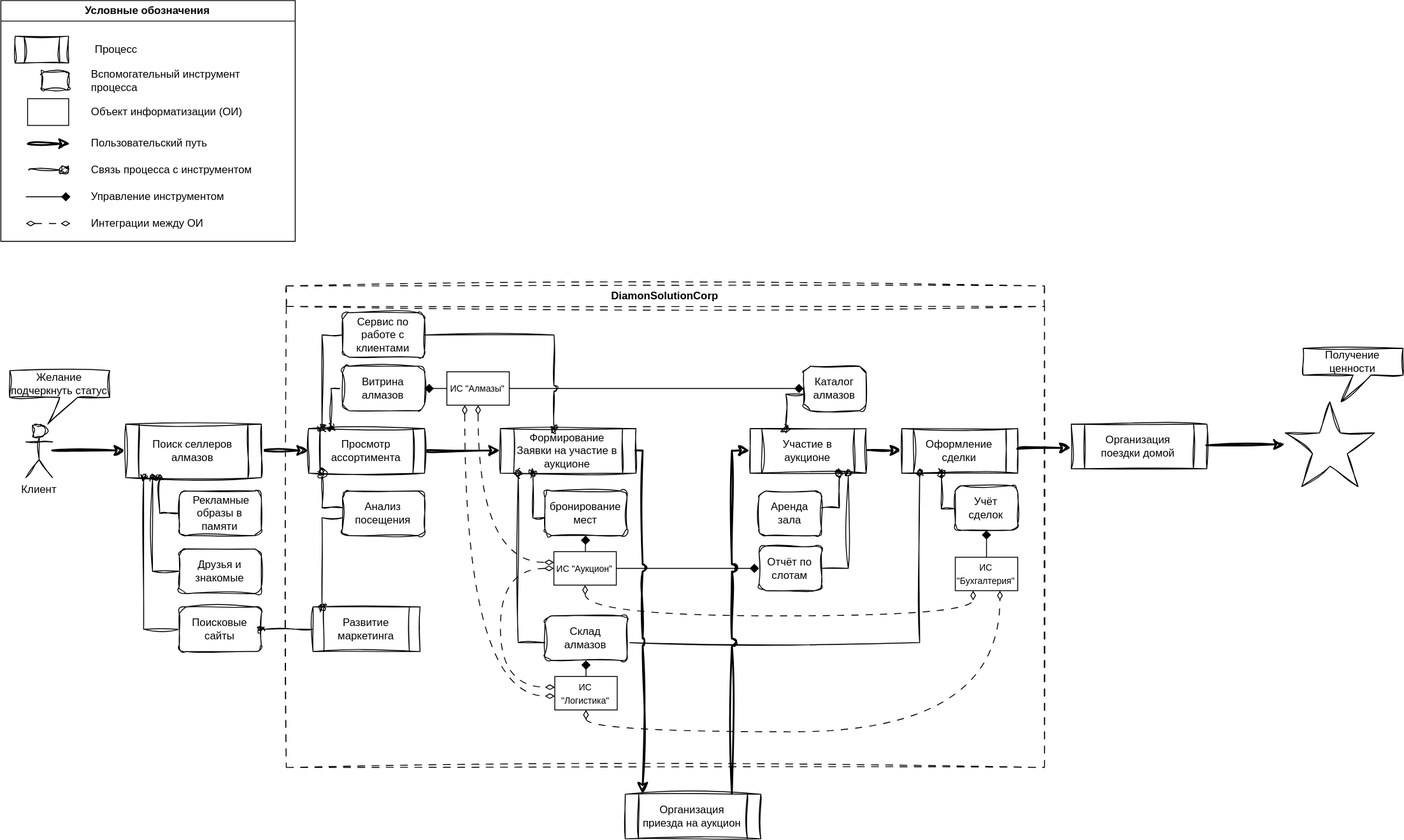
SkySai1/Solution-DiamondUniverse keeps this draw.io diagram as task1/DIamonSolution-AS IS.drawio.svg. Above is the earlier version. Source tidied: cells renumbered, new cells last; positions are measured from the earlier drawing's top-left corner, leaving out a move shared by most shapes.
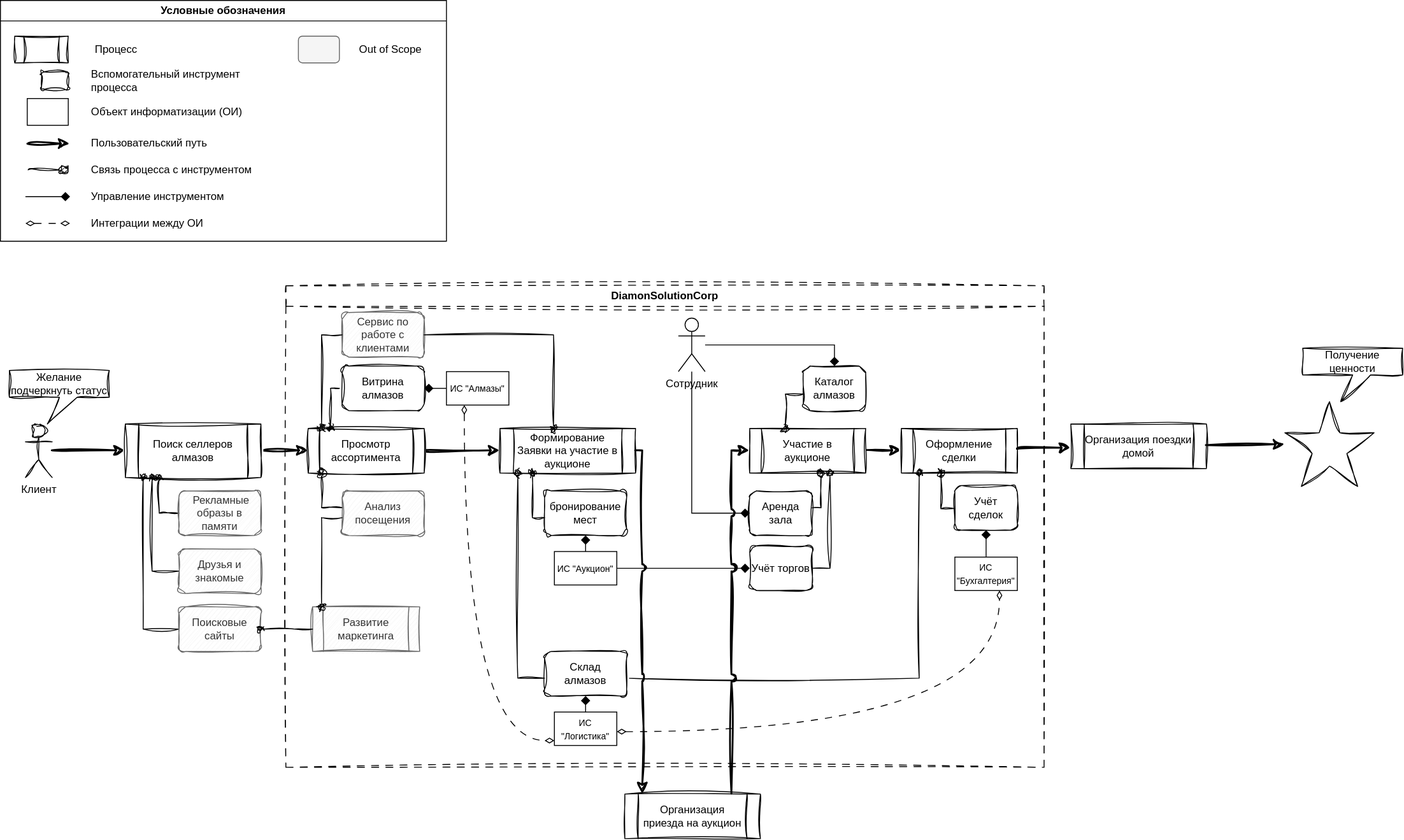
Above is the later version.

Commit message:
обновление схем

What changed in the source:
```diff
@@ -24,7 +24,7 @@
         </Array>
       </mxGeometry>
     </mxCell>
-    <mxCell id="8" value="&amp;nbsp;Рекламные образы в памяти" style="rounded=1;whiteSpace=wrap;html=1;sketch=1;curveFitting=1;jiggle=2;" parent="1" vertex="1">
+    <mxCell id="8" value="&amp;nbsp;Рекламные образы в памяти" style="rounded=1;whiteSpace=wrap;html=1;sketch=1;curveFitting=1;jiggle=2;fillColor=#f5f5f5;fontColor=#333333;strokeColor=#666666;" parent="1" vertex="1">
       <mxGeometry x="200" y="550" width="92" height="50" as="geometry" />
     </mxCell>
     <mxCell id="9" style="edgeStyle=orthogonalEdgeStyle;rounded=0;jettySize=auto;html=1;fontSize=12;startSize=8;endSize=4;endArrow=oval;endFill=1;sketch=1;curveFitting=1;jiggle=2;" parent="1" edge="1" source="10" target="6">
@@ -34,7 +34,7 @@
         </Array>
       </mxGeometry>
     </mxCell>
-    <mxCell id="10" value="Друзья и знакомые" style="rounded=1;whiteSpace=wrap;html=1;sketch=1;curveFitting=1;jiggle=2;gradientColor=none;" parent="1" vertex="1">
+    <mxCell id="10" value="Друзья и знакомые" style="rounded=1;whiteSpace=wrap;html=1;sketch=1;curveFitting=1;jiggle=2;fillColor=#f5f5f5;fontColor=#333333;strokeColor=#666666;" parent="1" vertex="1">
       <mxGeometry x="200" y="615" width="92" height="50" as="geometry" />
     </mxCell>
     <mxCell id="11" style="edgeStyle=orthogonalEdgeStyle;rounded=0;jettySize=auto;html=1;fontSize=12;startSize=8;endSize=4;endArrow=oval;endFill=1;sketch=1;curveFitting=1;jiggle=2;" parent="1" edge="1" source="12" target="6">
@@ -44,13 +44,13 @@
         </Array>
       </mxGeometry>
     </mxCell>
-    <mxCell id="12" value="Поисковые сайты" style="rounded=1;whiteSpace=wrap;html=1;sketch=1;curveFitting=1;jiggle=2;gradientColor=none;" parent="1" vertex="1">
+    <mxCell id="12" value="Поисковые сайты" style="rounded=1;whiteSpace=wrap;html=1;sketch=1;curveFitting=1;jiggle=2;fillColor=#f5f5f5;fontColor=#333333;strokeColor=#666666;" parent="1" vertex="1">
       <mxGeometry x="200" y="680" width="92" height="50" as="geometry" />
     </mxCell>
     <mxCell id="13" value="DiamonSolutionCorp" style="swimlane;whiteSpace=wrap;html=1;sketch=1;curveFitting=1;jiggle=2;swimlaneLine=1;glass=0;dashed=1;dashPattern=8 8;" parent="1" vertex="1">
       <mxGeometry x="320" y="320" width="850" height="540" as="geometry" />
     </mxCell>
-    <mxCell id="14" value="Развитие маркетинга" style="shape=process;whiteSpace=wrap;html=1;backgroundOutline=1;sketch=1;curveFitting=1;jiggle=2;" parent="13" vertex="1">
+    <mxCell id="14" value="Развитие маркетинга" style="shape=process;whiteSpace=wrap;html=1;backgroundOutline=1;sketch=1;curveFitting=1;jiggle=2;fillColor=#f5f5f5;fontColor=#333333;strokeColor=#666666;" parent="13" vertex="1">
       <mxGeometry x="30" y="360" width="120" height="50" as="geometry" />
     </mxCell>
     <mxCell id="15" style="edgeStyle=none;curved=1;rounded=0;jettySize=auto;html=1;fontSize=12;startSize=8;endSize=8;sketch=1;curveFitting=1;jiggle=2;strokeWidth=2;" parent="13" edge="1" source="16" target="28">
@@ -70,7 +70,7 @@
     <mxCell id="18" value="Витрина алмазов" style="rounded=1;whiteSpace=wrap;html=1;sketch=1;curveFitting=1;jiggle=2;" parent="13" vertex="1">
       <mxGeometry x="63" y="90" width="92" height="50" as="geometry" />
     </mxCell>
-    <mxCell id="19" value="Сервис по работе с клиентами" style="rounded=1;whiteSpace=wrap;html=1;sketch=1;curveFitting=1;jiggle=2;" parent="13" vertex="1">
+    <mxCell id="19" value="Сервис по работе с клиентами" style="rounded=1;whiteSpace=wrap;html=1;sketch=1;curveFitting=1;jiggle=2;fillColor=#f5f5f5;fontColor=#333333;strokeColor=#666666;" parent="13" vertex="1">
       <mxGeometry x="63" y="30" width="92" height="50" as="geometry" />
     </mxCell>
     <mxCell id="20" style="edgeStyle=orthogonalEdgeStyle;rounded=0;jettySize=auto;html=1;fontSize=12;startSize=8;endSize=6;endArrow=oval;endFill=1;sketch=1;curveFitting=1;jiggle=2;" parent="13" edge="1" source="19" target="16">
@@ -83,20 +83,17 @@
     <mxCell id="21" style="edgeStyle=none;curved=1;rounded=0;jettySize=auto;html=1;fontSize=12;startSize=8;endSize=8;endArrow=diamond;endFill=1;" parent="13" edge="1" source="24" target="18">
       <mxGeometry relative="1" as="geometry" />
     </mxCell>
-    <mxCell id="22" style="edgeStyle=orthogonalEdgeStyle;rounded=0;jettySize=auto;html=1;fontSize=12;startSize=8;endSize=8;endArrow=diamond;endFill=1;" parent="13" edge="1" source="24" target="50">
-      <mxGeometry relative="1" as="geometry" />
-    </mxCell>
     <mxCell id="23" style="edgeStyle=orthogonalEdgeStyle;curved=1;rounded=0;jettySize=auto;html=1;fontSize=12;startSize=8;endSize=8;dashed=1;dashPattern=8 8;endArrow=diamondThin;endFill=0;startArrow=diamondThin;startFill=0;" parent="13" edge="1" source="24" target="46">
       <mxGeometry relative="1" as="geometry">
         <Array as="points">
-          <mxPoint x="200" y="460" />
+          <mxPoint x="200" y="510" />
         </Array>
       </mxGeometry>
     </mxCell>
     <mxCell id="24" value="&lt;font style=&quot;font-size: 10px;&quot;&gt;ИС &quot;Алмазы&quot;&lt;/font&gt;" style="rounded=0;whiteSpace=wrap;html=1;" parent="13" vertex="1">
       <mxGeometry x="180" y="96.2" width="70" height="37.5" as="geometry" />
     </mxCell>
-    <mxCell id="25" value="Анализ посещения" style="rounded=1;whiteSpace=wrap;html=1;sketch=1;curveFitting=1;jiggle=2;" parent="13" vertex="1">
+    <mxCell id="25" value="Анализ посещения" style="rounded=1;whiteSpace=wrap;html=1;sketch=1;curveFitting=1;jiggle=2;fillColor=#f5f5f5;fontColor=#333333;strokeColor=#666666;" parent="13" vertex="1">
       <mxGeometry x="63" y="230" width="92" height="50" as="geometry" />
     </mxCell>
     <mxCell id="26" style="edgeStyle=orthogonalEdgeStyle;rounded=0;jettySize=auto;html=1;fontSize=12;startSize=8;endSize=6;endArrow=oval;endFill=1;sketch=1;curveFitting=1;jiggle=2;" parent="13" edge="1" source="25" target="16">
@@ -133,7 +130,7 @@
       <mxGeometry relative="1" as="geometry" />
     </mxCell>
     <mxCell id="33" value="&lt;font style=&quot;font-size: 10px;&quot;&gt;ИС &quot;Аукцион&quot;&lt;/font&gt;" style="rounded=0;whiteSpace=wrap;html=1;" parent="13" vertex="1">
-      <mxGeometry x="300" y="298" width="70" height="37.5" as="geometry" />
+      <mxGeometry x="301" y="298" width="70" height="37.5" as="geometry" />
     </mxCell>
     <mxCell id="34" style="edgeStyle=none;curved=1;rounded=0;jettySize=auto;html=1;fontSize=12;startSize=8;endSize=8;sketch=1;curveFitting=1;jiggle=2;strokeWidth=2;" parent="13" edge="1" source="35" target="40">
       <mxGeometry relative="1" as="geometry" />
@@ -142,22 +139,22 @@
       <mxGeometry x="520" y="160" width="130" height="50" as="geometry" />
     </mxCell>
     <mxCell id="36" value="Аренда зала" style="rounded=1;whiteSpace=wrap;html=1;sketch=1;curveFitting=1;jiggle=2;" parent="13" vertex="1">
-      <mxGeometry x="530" y="230" width="70" height="50" as="geometry" />
+      <mxGeometry x="520" y="230" width="70" height="50" as="geometry" />
     </mxCell>
     <mxCell id="37" style="edgeStyle=orthogonalEdgeStyle;rounded=0;jettySize=auto;html=1;fontSize=12;startSize=8;endSize=6;endArrow=oval;endFill=1;sketch=1;curveFitting=1;jiggle=2;" parent="13" edge="1" source="36" target="35">
       <mxGeometry relative="1" as="geometry">
         <Array as="points">
-          <mxPoint x="620" y="249" />
+          <mxPoint x="600" y="249" />
         </Array>
       </mxGeometry>
     </mxCell>
-    <mxCell id="38" value="Отчёт по слотам" style="rounded=1;whiteSpace=wrap;html=1;sketch=1;curveFitting=1;jiggle=2;" parent="13" vertex="1">
-      <mxGeometry x="530" y="291.8" width="70" height="50" as="geometry" />
+    <mxCell id="38" value="Учёт торгов" style="rounded=1;whiteSpace=wrap;html=1;sketch=1;curveFitting=1;jiggle=2;" parent="13" vertex="1">
+      <mxGeometry x="520" y="291.8" width="70" height="50" as="geometry" />
     </mxCell>
     <mxCell id="39" style="edgeStyle=orthogonalEdgeStyle;rounded=0;jettySize=auto;html=1;fontSize=12;startSize=8;endSize=6;endArrow=oval;endFill=1;sketch=1;curveFitting=1;jiggle=2;" parent="13" edge="1" source="38" target="35">
       <mxGeometry relative="1" as="geometry">
         <Array as="points">
-          <mxPoint x="630" y="316.8" />
+          <mxPoint x="610" y="316.8" />
         </Array>
       </mxGeometry>
     </mxCell>
@@ -170,17 +167,17 @@
     <mxCell id="42" style="edgeStyle=orthogonalEdgeStyle;rounded=0;jettySize=auto;html=1;fontSize=12;startSize=8;endSize=6;sketch=1;curveFitting=1;jiggle=2;endArrow=oval;endFill=1;jumpStyle=arc;" parent="13" edge="1" source="43" target="40">
       <mxGeometry relative="1" as="geometry">
         <Array as="points">
-          <mxPoint x="710" y="400" />
+          <mxPoint x="710" y="440" />
         </Array>
       </mxGeometry>
     </mxCell>
     <mxCell id="43" value="Склад &lt;br&gt;алмазов" style="rounded=1;whiteSpace=wrap;html=1;sketch=1;curveFitting=1;jiggle=2;" parent="13" vertex="1">
-      <mxGeometry x="290" y="370" width="92" height="50" as="geometry" />
+      <mxGeometry x="290" y="410" width="92" height="50" as="geometry" />
     </mxCell>
     <mxCell id="44" style="edgeStyle=orthogonalEdgeStyle;rounded=0;jettySize=auto;html=1;fontSize=12;startSize=8;endSize=6;endArrow=oval;endFill=1;sketch=1;curveFitting=1;jiggle=2;" parent="13" edge="1" source="43" target="28">
       <mxGeometry relative="1" as="geometry">
         <Array as="points">
-          <mxPoint x="260" y="400" />
+          <mxPoint x="260" y="440" />
         </Array>
       </mxGeometry>
     </mxCell>
@@ -188,7 +185,7 @@
       <mxGeometry relative="1" as="geometry" />
     </mxCell>
     <mxCell id="46" value="&lt;font style=&quot;font-size: 10px;&quot;&gt;ИС &quot;Логистика&quot;&lt;/font&gt;" style="rounded=0;whiteSpace=wrap;html=1;" parent="13" vertex="1">
-      <mxGeometry x="301" y="438" width="70" height="37.5" as="geometry" />
+      <mxGeometry x="301" y="478" width="70" height="37.5" as="geometry" />
     </mxCell>
     <mxCell id="47" style="edgeStyle=orthogonalEdgeStyle;rounded=0;jettySize=auto;html=1;fontSize=12;startSize=8;endSize=6;endArrow=oval;endFill=1;sketch=1;curveFitting=1;jiggle=2;" parent="13" edge="1" source="41" target="40">
       <mxGeometry relative="1" as="geometry">
@@ -220,22 +217,6 @@
         </Array>
       </mxGeometry>
     </mxCell>
-    <mxCell id="53" style="edgeStyle=orthogonalEdgeStyle;curved=1;rounded=0;jettySize=auto;html=1;fontSize=12;startSize=8;endSize=8;dashed=1;dashPattern=8 8;endArrow=diamondThin;endFill=0;startArrow=diamondThin;startFill=0;" parent="13" edge="1" source="33" target="46">
-      <mxGeometry relative="1" as="geometry">
-        <Array as="points">
-          <mxPoint x="240" y="316.8" />
-          <mxPoint x="240" y="450" />
-        </Array>
-      </mxGeometry>
-    </mxCell>
-    <mxCell id="54" style="edgeStyle=orthogonalEdgeStyle;curved=1;rounded=0;jettySize=auto;html=1;fontSize=12;startSize=8;endSize=8;dashed=1;dashPattern=8 8;endArrow=diamondThin;endFill=0;startArrow=diamondThin;startFill=0;" parent="13" edge="1" source="33" target="49">
-      <mxGeometry relative="1" as="geometry">
-        <Array as="points">
-          <mxPoint x="335" y="370" />
-          <mxPoint x="770" y="370" />
-        </Array>
-      </mxGeometry>
-    </mxCell>
     <mxCell id="55" style="edgeStyle=orthogonalEdgeStyle;curved=1;rounded=0;jettySize=auto;html=1;fontSize=12;startSize=8;endSize=8;dashed=1;dashPattern=8 8;endArrow=diamondThin;endFill=0;startArrow=diamondThin;startFill=0;" parent="13" edge="1" source="46" target="49">
       <mxGeometry relative="1" as="geometry">
         <Array as="points">
@@ -244,13 +225,23 @@
         </Array>
       </mxGeometry>
     </mxCell>
-    <mxCell id="56" style="edgeStyle=orthogonalEdgeStyle;curved=1;rounded=0;jettySize=auto;html=1;fontSize=12;startSize=8;endSize=8;dashed=1;dashPattern=8 8;endArrow=diamondThin;endFill=0;startArrow=diamondThin;startFill=0;" parent="13" edge="1" source="24" target="33">
-      <mxGeometry relative="1" as="geometry">
-        <Array as="points">
-          <mxPoint x="215" y="310" />
-        </Array>
-      </mxGeometry>
-    </mxCell>
+    <mxCell id="81" style="edgeStyle=orthogonalEdgeStyle;rounded=0;jettySize=auto;html=1;fontSize=12;startSize=8;endSize=8;endArrow=diamond;endFill=1;" parent="13" edge="1" source="83" target="50">
+      <mxGeometry relative="1" as="geometry">
+        <Array as="points">
+          <mxPoint x="615" y="66.3" />
+        </Array>
+      </mxGeometry>
+    </mxCell>
+    <mxCell id="82" style="edgeStyle=orthogonalEdgeStyle;rounded=0;jettySize=auto;html=1;fontSize=12;startSize=8;endSize=8;endArrow=diamond;endFill=1;" parent="13" edge="1" source="83" target="36">
+      <mxGeometry relative="1" as="geometry">
+        <Array as="points">
+          <mxPoint x="455" y="255" />
+        </Array>
+      </mxGeometry>
+    </mxCell>
+    <mxCell id="83" value="Сотрудник" style="shape=umlActor;verticalLabelPosition=bottom;verticalAlign=top;html=1;outlineConnect=0;" parent="13" vertex="1">
+      <mxGeometry x="440" y="36.2" width="30" height="60" as="geometry" />
+    </mxCell>
     <mxCell id="57" style="edgeStyle=orthogonalEdgeStyle;rounded=0;jettySize=auto;html=1;fontSize=12;startSize=8;endSize=4;endArrow=oval;endFill=1;sketch=1;curveFitting=1;jiggle=2;" parent="1" edge="1" source="14" target="12">
       <mxGeometry relative="1" as="geometry">
         <Array as="points">
@@ -292,7 +283,7 @@
       <mxGeometry x="1460" y="390" width="112" height="60" as="geometry" />
     </mxCell>
     <mxCell id="66" value="Условные обозначения" style="swimlane;whiteSpace=wrap;html=1;" parent="1" vertex="1">
-      <mxGeometry width="330" height="270" as="geometry" />
+      <mxGeometry width="500" height="270" as="geometry" />
     </mxCell>
     <mxCell id="67" style="shape=process;whiteSpace=wrap;html=1;backgroundOutline=1;size=0.16666666666666666;sketch=1;curveFitting=1;jiggle=2;" parent="66" vertex="1">
       <mxGeometry x="16" y="40" width="60" height="30" as="geometry" />
@@ -348,5 +339,11 @@
     <mxCell id="80" value="Интеграции между ОИ" style="text;html=1;whiteSpace=wrap;strokeColor=none;fillColor=none;align=left;verticalAlign=middle;rounded=0;" parent="66" vertex="1">
       <mxGeometry x="100" y="235" width="200" height="30" as="geometry" />
     </mxCell>
+    <mxCell id="84" style="rounded=1;whiteSpace=wrap;html=1;fillColor=#f5f5f5;fontColor=#333333;strokeColor=#666666;" parent="66" vertex="1">
+      <mxGeometry x="334" y="40" width="46" height="30" as="geometry" />
+    </mxCell>
+    <mxCell id="85" value="Out of Scope" style="text;html=1;whiteSpace=wrap;strokeColor=none;fillColor=none;align=center;verticalAlign=middle;rounded=0;" parent="66" vertex="1">
+      <mxGeometry x="400" y="40" width="75" height="30" as="geometry" />
+    </mxCell>
   </root>
 </mxGraphModel>
```
